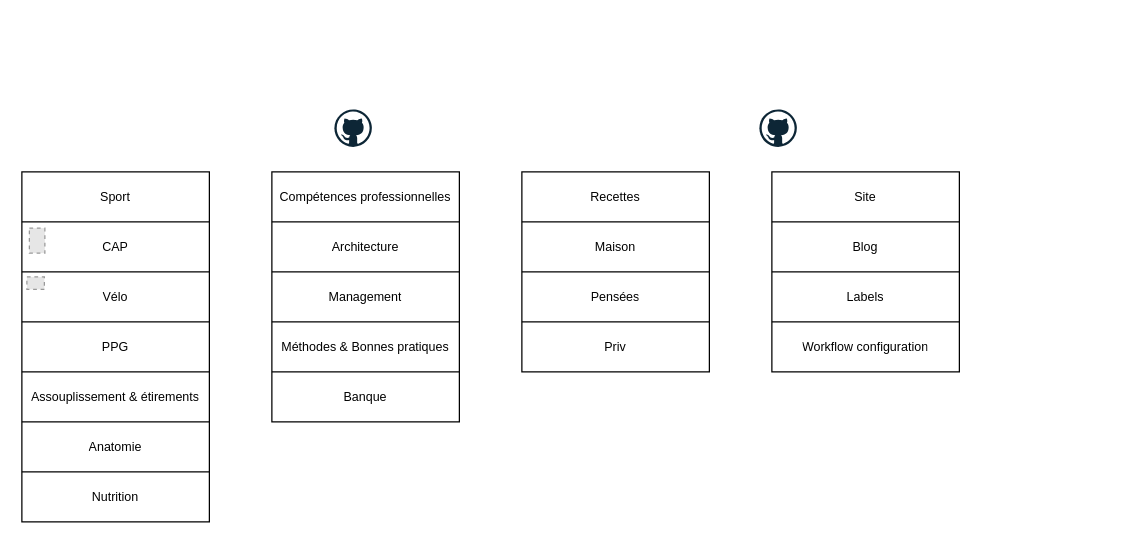
TheFeloDevTeam/Diagrams keeps this draw.io diagram as MyDesktop.drawio. Above is the earlier version. Source tidied: cells renumbered, new cells numbered last; positions are measured from the earlier drawing's top-left corner, leaving out a move shared by most shapes. Both pictures are drawn from the tidied source at 125%, with x=0, y=0 at pixel (21, 109). Pictures stored in the file or linked from it are replaced by grey dashed boxes.
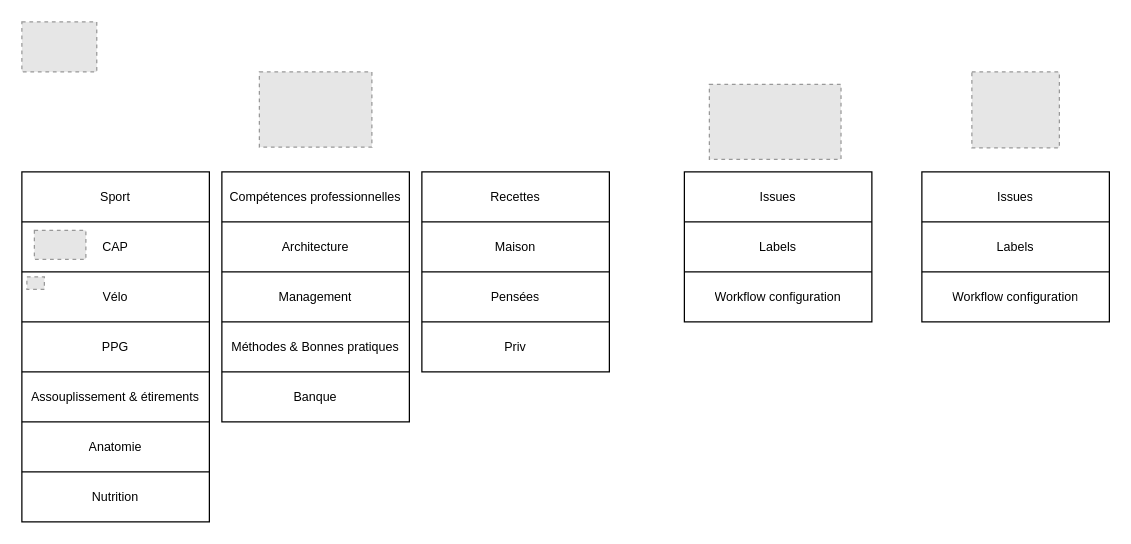
After the change.

Commit message:
maj de mydesktop

Change to the diagram source:
```diff
@@
-    <mxCell id="17" style="dashed=0;html=1;align=center;labelPosition=center;verticalLabelPosition=bottom;verticalAlign=top;shape=mxgraph.weblogos.github;" parent="1" vertex="1">
-      <mxGeometry x="250" width="30" height="30" as="geometry" />
-    </mxCell>
+    <mxCell id="38" style="fillColor=#E6E6E6;strokeColor=#999999;dashed=1;verticalLabelPosition=bottom;labelBackgroundColor=#ffffff;verticalAlign=top;" parent="1" vertex="1">
+      <mxGeometry x="4" y="134" width="14" height="10" as="geometry" />
+    </mxCell>
+    <mxCell id="50" style="fillColor=#E6E6E6;strokeColor=#999999;dashed=1;verticalLabelPosition=bottom;labelBackgroundColor=#ffffff;verticalAlign=top;" parent="1" vertex="1">
+      <mxGeometry x="10" y="96.8" width="41.2" height="23.1" as="geometry" />
+    </mxCell>
+    <mxCell id="51" style="fillColor=#E6E6E6;strokeColor=#999999;dashed=1;verticalLabelPosition=bottom;labelBackgroundColor=#ffffff;verticalAlign=top;" parent="1" vertex="1">
+      <mxGeometry x="190" y="-30" width="90" height="60.2" as="geometry" />
+    </mxCell>
     <mxCell id="18" style="shape=table;html=1;whiteSpace=wrap;startSize=0;childLayout=tableLayout;spacing=4;fontSize=10;" parent="1" vertex="1">
-      <mxGeometry x="200" y="50" width="150" height="200" as="geometry" />
+      <mxGeometry x="160" y="50" width="150" height="200" as="geometry" />
     </mxCell>
@@
     <mxCell id="29" style="shape=table;html=1;whiteSpace=wrap;startSize=0;childLayout=tableLayout;fontSize=10;spacing=4;" parent="1" vertex="1">
-      <mxGeometry x="400" y="50" width="150" height="160" as="geometry" />
+      <mxGeometry x="320" y="50" width="150" height="160" as="geometry" />
     </mxCell>
@@
-    <mxCell id="38" style="fillColor=#E6E6E6;strokeColor=#999999;dashed=1;verticalLabelPosition=bottom;labelBackgroundColor=#ffffff;verticalAlign=top;" parent="1" vertex="1">
-      <mxGeometry x="4" y="134" width="14" height="10" as="geometry" />
-    </mxCell>
-    <mxCell id="39" style="fillColor=#E6E6E6;strokeColor=#999999;dashed=1;verticalLabelPosition=bottom;labelBackgroundColor=#ffffff;verticalAlign=top;" parent="1" vertex="1">
-      <mxGeometry x="6" y="95" width="12.4" height="20" as="geometry" />
-    </mxCell>
+    <mxCell id="52" style="fillColor=#E6E6E6;strokeColor=#999999;dashed=1;verticalLabelPosition=bottom;labelBackgroundColor=#ffffff;verticalAlign=top;" parent="1" vertex="1">
+      <mxGeometry y="-70" width="59.9" height="40" as="geometry" />
+    </mxCell>
     <mxCell id="40" style="shape=table;html=1;whiteSpace=wrap;startSize=0;childLayout=tableLayout;fontSize=10;spacing=4;" parent="1" vertex="1">
-      <mxGeometry x="600" y="50" width="150" height="160" as="geometry" />
+      <mxGeometry x="530" y="50" width="150" height="120" as="geometry" />
     </mxCell>
-    <mxCell id="41" style="shape=partialRectangle;html=1;whiteSpace=wrap;fillColor=none;top=0;left=0;bottom=0;right=0;fontSize=10;" parent="40" vertex="1">
-      <mxGeometry width="150" height="40" as="geometry" />
-    </mxCell>
-    <mxCell id="42" value="Site" style="shape=partialRectangle;html=1;whiteSpace=wrap;fillColor=none;top=0;left=0;bottom=0;right=0;overflow=hidden;fontSize=10;" parent="41" vertex="1">
-      <mxGeometry width="150" height="40" as="geometry" />
-    </mxCell>
-    <mxCell id="43" style="shape=partialRectangle;html=1;whiteSpace=wrap;fillColor=none;top=0;left=0;bottom=0;right=0;fontSize=10;" parent="40" vertex="1">
-      <mxGeometry y="40" width="150" height="40" as="geometry" />
-    </mxCell>
-    <mxCell id="44" value="Blog" style="shape=partialRectangle;html=1;whiteSpace=wrap;fillColor=none;top=0;left=0;bottom=0;right=0;overflow=hidden;fontSize=10;" parent="43" vertex="1">
-      <mxGeometry width="150" height="40" as="geometry" />
-    </mxCell>
+    <mxCell id="53" style="shape=partialRectangle;html=1;whiteSpace=wrap;fillColor=none;top=0;left=0;bottom=0;right=0;fontSize=10;" parent="40" vertex="1">
+      <mxGeometry width="150" height="40" as="geometry" />
+    </mxCell>
+    <mxCell id="54" value="Issues" style="shape=partialRectangle;html=1;whiteSpace=wrap;fillColor=none;top=0;left=0;bottom=0;right=0;overflow=hidden;fontSize=10;" parent="53" vertex="1">
+      <mxGeometry width="150" height="40" as="geometry" />
+    </mxCell>
     <mxCell id="45" style="shape=partialRectangle;html=1;whiteSpace=wrap;fillColor=none;top=0;left=0;bottom=0;right=0;fontSize=10;" parent="40" vertex="1">
-      <mxGeometry y="80" width="150" height="40" as="geometry" />
+      <mxGeometry y="40" width="150" height="40" as="geometry" />
     </mxCell>
@@
     <mxCell id="47" style="shape=partialRectangle;html=1;whiteSpace=wrap;fillColor=none;top=0;left=0;bottom=0;right=0;fontSize=10;" parent="40" vertex="1">
-      <mxGeometry y="120" width="150" height="40" as="geometry" />
+      <mxGeometry y="80" width="150" height="40" as="geometry" />
     </mxCell>
@@
-    <mxCell id="49" style="dashed=0;html=1;align=center;labelPosition=center;verticalLabelPosition=bottom;verticalAlign=top;shape=mxgraph.weblogos.github;" parent="1" vertex="1">
-      <mxGeometry x="590" width="30" height="30" as="geometry" />
-    </mxCell>
+    <mxCell id="55" style="fillColor=#E6E6E6;strokeColor=#999999;dashed=1;verticalLabelPosition=bottom;labelBackgroundColor=#ffffff;verticalAlign=top;" parent="1" vertex="1">
+      <mxGeometry x="550" y="-20" width="105.3" height="60" as="geometry" />
+    </mxCell>
+    <mxCell id="56" style="fillColor=#E6E6E6;strokeColor=#999999;dashed=1;verticalLabelPosition=bottom;labelBackgroundColor=#ffffff;verticalAlign=top;" parent="1" vertex="1">
+      <mxGeometry x="760" y="-30" width="70" height="60.8" as="geometry" />
+    </mxCell>
+    <mxCell id="57" style="shape=table;html=1;whiteSpace=wrap;startSize=0;childLayout=tableLayout;fontSize=10;spacing=4;" parent="1" vertex="1">
+      <mxGeometry x="720" y="50" width="150" height="120" as="geometry" />
+    </mxCell>
+    <mxCell id="58" style="shape=partialRectangle;html=1;whiteSpace=wrap;fillColor=none;top=0;left=0;bottom=0;right=0;fontSize=10;" parent="57" vertex="1">
+      <mxGeometry width="150" height="40" as="geometry" />
+    </mxCell>
+    <mxCell id="59" value="Issues" style="shape=partialRectangle;html=1;whiteSpace=wrap;fillColor=none;top=0;left=0;bottom=0;right=0;overflow=hidden;fontSize=10;" parent="58" vertex="1">
+      <mxGeometry width="150" height="40" as="geometry" />
+    </mxCell>
+    <mxCell id="43" style="shape=partialRectangle;html=1;whiteSpace=wrap;fillColor=none;top=0;left=0;bottom=0;right=0;fontSize=10;" parent="57" vertex="1">
+      <mxGeometry y="40" width="150" height="40" as="geometry" />
+    </mxCell>
+    <mxCell id="60" value="Labels" style="shape=partialRectangle;html=1;whiteSpace=wrap;fillColor=none;top=0;left=0;bottom=0;right=0;overflow=hidden;fontSize=10;" parent="43" vertex="1">
+      <mxGeometry width="150" height="40" as="geometry" />
+    </mxCell>
+    <mxCell id="61" style="shape=partialRectangle;html=1;whiteSpace=wrap;fillColor=none;top=0;left=0;bottom=0;right=0;fontSize=10;" parent="57" vertex="1">
+      <mxGeometry y="80" width="150" height="40" as="geometry" />
+    </mxCell>
+    <mxCell id="62" value="Workflow configuration" style="shape=partialRectangle;html=1;whiteSpace=wrap;fillColor=none;top=0;left=0;bottom=0;right=0;overflow=hidden;fontSize=10;" parent="61" vertex="1">
+      <mxGeometry width="150" height="40" as="geometry" />
+    </mxCell>
```
